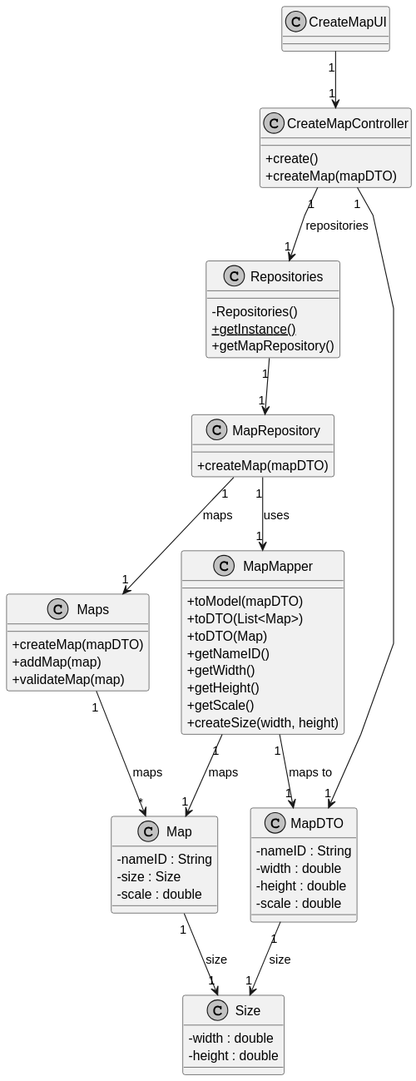
Before: docs/system-documentation/Sprint 3/US01/03.design/svg/US01-CD.svg, a diagram exported from PlantUML (HenriqueSilva18/Railway-Network-Simulator). Source of this version:
```plantuml
@startuml
skinparam monochrome true
skinparam packageStyle rectangle
skinparam shadowing false
skinparam linetype polyline

skinparam classAttributeIconSize 0

class CreateMapUI {
}

class CreateMapController {
    + create()
    + createMap(mapDTO)
}

class Repositories {
    - Repositories()
    + {static} getInstance()
    + getMapRepository()
}

class MapRepository {
    + createMap(mapDTO)
}

class Maps {
    + createMap(mapDTO)
    + addMap(map)
    + validateMap(map)
}

class Map {
    - nameID : String
    - size : Size
    - scale : double
}

class Size {
    - width : double
    - height : double
}

class MapDTO {
    - nameID : String
    - width : double
    - height : double
    - scale : double
}

class MapMapper {
    + toModel(mapDTO)
    + toDTO(List<Map>)
    + toDTO(Map)
    + getNameID()
    + getWidth()
    + getHeight()
    + getScale()
    + createSize(width, height)
}

CreateMapUI "1" --> "1" CreateMapController
CreateMapController "1" --> "1" Repositories : repositories
CreateMapController "1" --> "1" MapDTO

Repositories "1" --> "1" MapRepository

MapRepository "1" --> "1" Maps : maps
Maps "1" --> "*" Map : maps

Map "1" --> "1" Size : size

MapDTO "1" --> "1" Size : size

MapMapper "1" --> "1" Map : maps
MapMapper "1" --> "1" MapDTO : maps to

MapRepository "1" --> "1" MapMapper : uses
@enduml
```
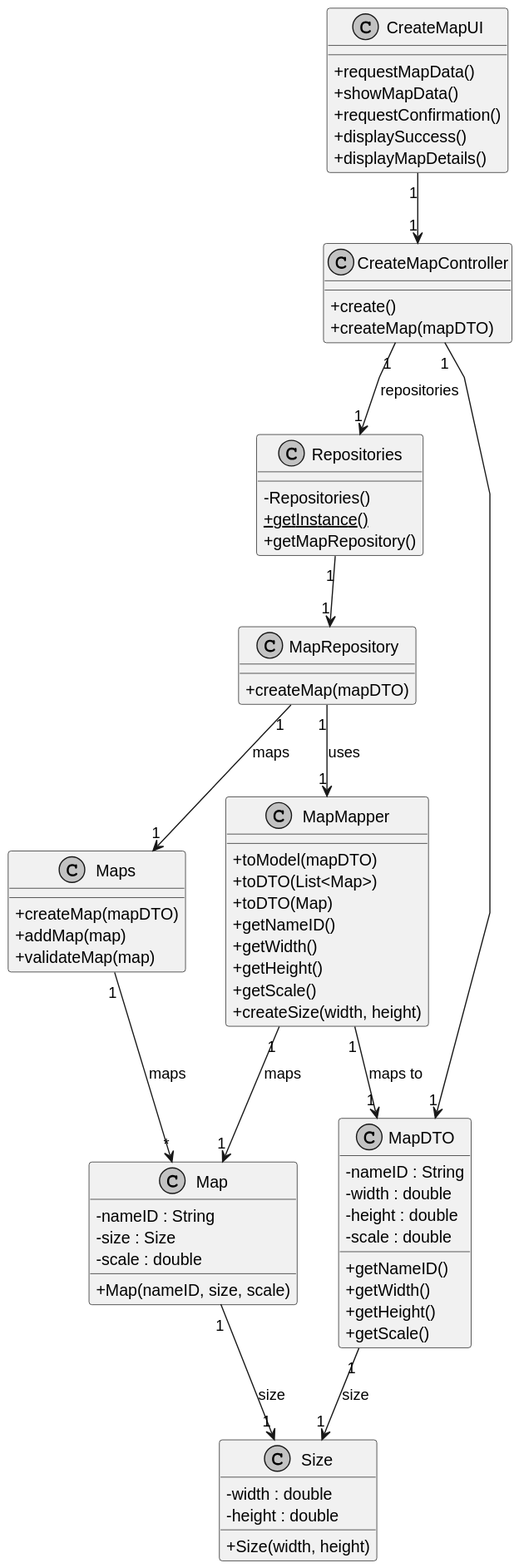
Above is the later version.

Diff of the diagram source:
```diff
@@ -7,6 +7,11 @@
 skinparam classAttributeIconSize 0
 
 class CreateMapUI {
+    + requestMapData()
+    + showMapData()
+    + requestConfirmation()
+    + displaySuccess()
+    + displayMapDetails()
 }
 
 class CreateMapController {
@@ -34,11 +39,13 @@
     - nameID : String
     - size : Size
     - scale : double
+    + Map(nameID, size, scale)
 }
 
 class Size {
     - width : double
     - height : double
+    + Size(width, height)
 }
 
 class MapDTO {
@@ -46,6 +53,10 @@
     - width : double
     - height : double
     - scale : double
+    + getNameID()
+    + getWidth()
+    + getHeight()
+    + getScale()
 }
 
 class MapMapper {
```
